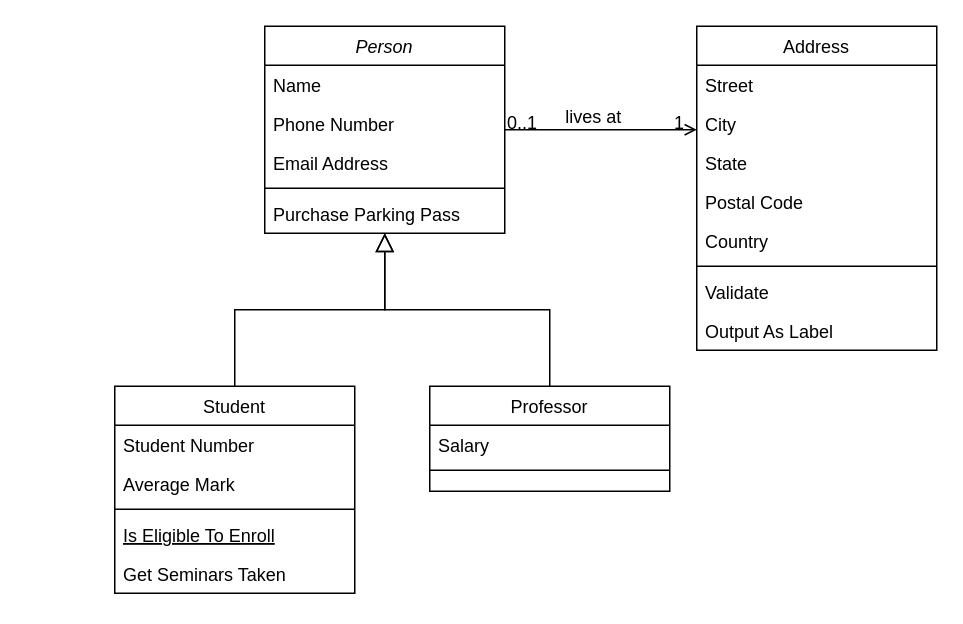
davidramirez91/ejercicio keeps this draw.io diagram as diagrama1.drawio. Above is the earlier version. Source tidied: cells renumbered, new cells numbered last; positions are measured from the earlier drawing's top-left corner, leaving out a move shared by most shapes. Both pictures are drawn from the tidied source at 150%, with x=0, y=0 at pixel (114, 26).
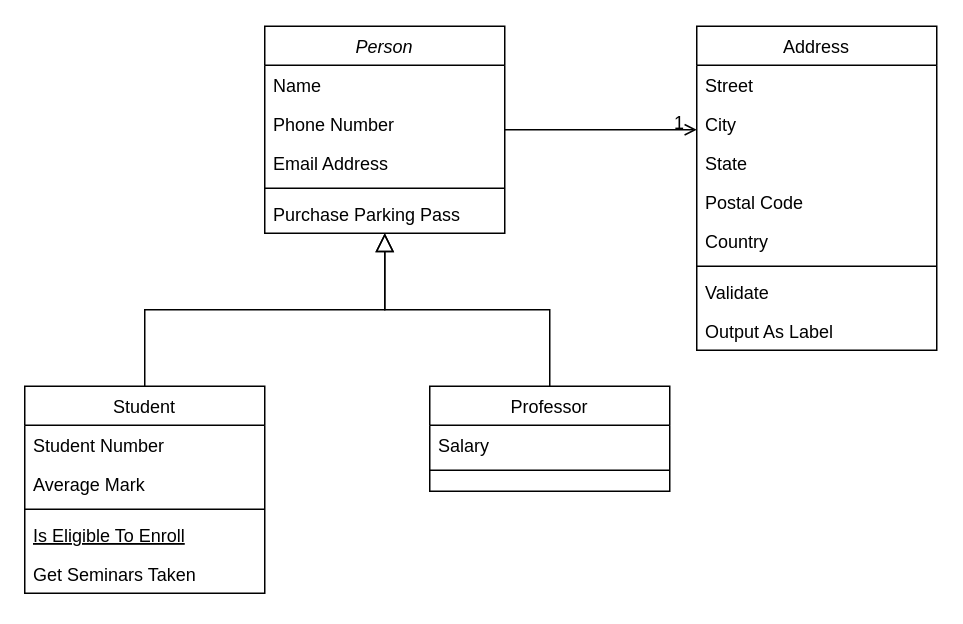
The same page after the edit.

Unchanged cells that the change refers to:
```xml
<mxCell id="28" style="endArrow=open;shadow=0;strokeWidth=1;rounded=0;curved=0;endFill=1;edgeStyle=elbowEdgeStyle;elbow=vertical;" parent="1" edge="1" source="2" target="19">
  <mxGeometry x="0.5" y="41" relative="1" as="geometry">
    <mxPoint x="-40" y="32" as="offset" />
  </mxGeometry>
</mxCell>
```

The edit, as a diff of the source:
```diff
@@
     <mxCell id="8" value="Student" style="swimlane;fontStyle=0;align=center;verticalAlign=top;horizontal=1;startSize=26;rounded=0;shadow=0;strokeWidth=1;" parent="1" vertex="1">
-      <mxGeometry y="240" width="160" height="138" as="geometry" />
+      <mxGeometry x="-60" y="240" width="160" height="138" as="geometry" />
     </mxCell>
@@
-    <mxCell id="29" value="0..1" style="align=left;verticalAlign=bottom;labelBackgroundColor=none;fontSize=12;" parent="28" vertex="1">
-      <mxGeometry x="-1" relative="1" as="geometry">
-        <mxPoint y="4" as="offset" />
-      </mxGeometry>
-    </mxCell>
@@
-    <mxCell id="31" value="lives at" style="text;html=1;align=center;verticalAlign=middle;labelBackgroundColor=none;rounded=0;shadow=0;strokeWidth=1;fontSize=12;" parent="28" vertex="1">
-      <mxGeometry x="0.5" y="49" relative="1" as="geometry">
-        <mxPoint x="-38" y="40" as="offset" />
-      </mxGeometry>
-    </mxCell>
```
